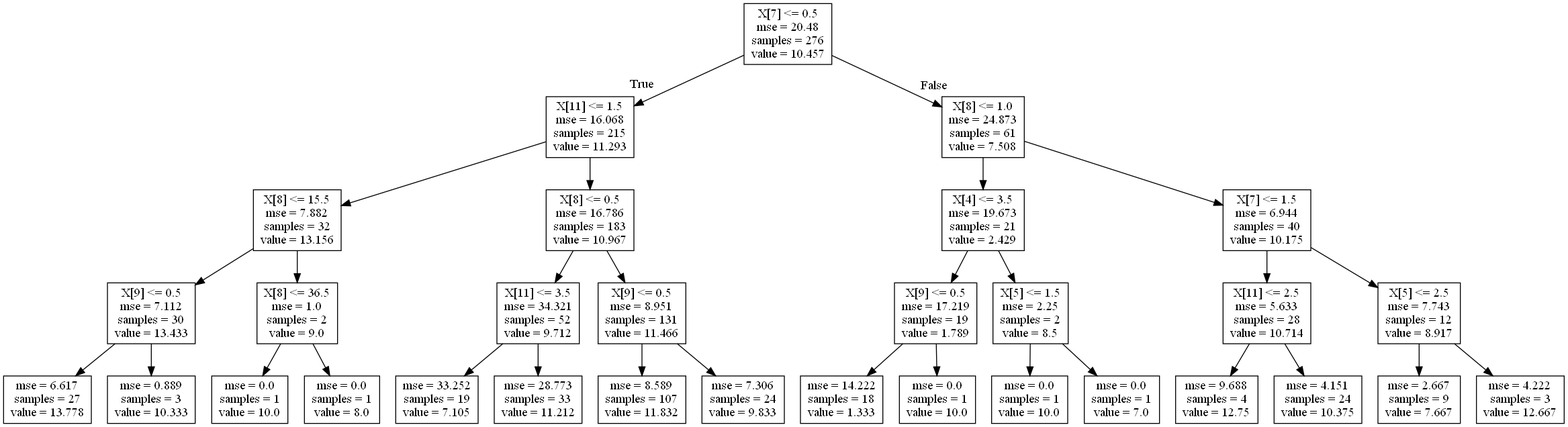
Before: tree.dot.png, a diagram exported from Graphviz (seidenfuss/AIGirls_notasAlunos). Its source is kept beside it as tree.dot.
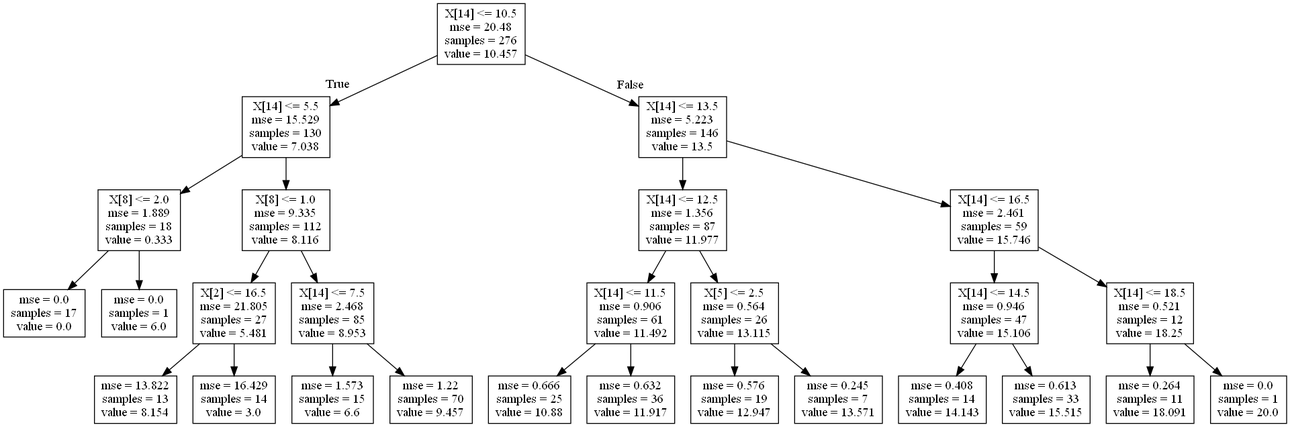
The same diagram one commit later.

What changed in the source:
```diff
@@ -1,64 +1,56 @@
 digraph Tree {
 node [shape=box] ;
-0 [label="X[7] <= 0.5\nmse = 20.48\nsamples = 276\nvalue = 10.457"] ;
-1 [label="X[11] <= 1.5\nmse = 16.068\nsamples = 215\nvalue = 11.293"] ;
+0 [label="X[14] <= 10.5\nmse = 20.48\nsamples = 276\nvalue = 10.457"] ;
+1 [label="X[14] <= 5.5\nmse = 15.529\nsamples = 130\nvalue = 7.038"] ;
 0 -> 1 [labeldistance=2.5, labelangle=45, headlabel="True"] ;
-2 [label="X[8] <= 15.5\nmse = 7.882\nsamples = 32\nvalue = 13.156"] ;
+2 [label="X[8] <= 2.0\nmse = 1.889\nsamples = 18\nvalue = 0.333"] ;
 1 -> 2 ;
-3 [label="X[9] <= 0.5\nmse = 7.112\nsamples = 30\nvalue = 13.433"] ;
+3 [label="mse = 0.0\nsamples = 17\nvalue = 0.0"] ;
 2 -> 3 ;
-4 [label="mse = 6.617\nsamples = 27\nvalue = 13.778"] ;
-3 -> 4 ;
-5 [label="mse = 0.889\nsamples = 3\nvalue = 10.333"] ;
-3 -> 5 ;
-6 [label="X[8] <= 36.5\nmse = 1.0\nsamples = 2\nvalue = 9.0"] ;
-2 -> 6 ;
-7 [label="mse = 0.0\nsamples = 1\nvalue = 10.0"] ;
+4 [label="mse = 0.0\nsamples = 1\nvalue = 6.0"] ;
+2 -> 4 ;
+5 [label="X[8] <= 1.0\nmse = 9.335\nsamples = 112\nvalue = 8.116"] ;
+1 -> 5 ;
+6 [label="X[2] <= 16.5\nmse = 21.805\nsamples = 27\nvalue = 5.481"] ;
+5 -> 6 ;
+7 [label="mse = 13.822\nsamples = 13\nvalue = 8.154"] ;
 6 -> 7 ;
-8 [label="mse = 0.0\nsamples = 1\nvalue = 8.0"] ;
+8 [label="mse = 16.429\nsamples = 14\nvalue = 3.0"] ;
 6 -> 8 ;
-9 [label="X[8] <= 0.5\nmse = 16.786\nsamples = 183\nvalue = 10.967"] ;
-1 -> 9 ;
-10 [label="X[11] <= 3.5\nmse = 34.321\nsamples = 52\nvalue = 9.712"] ;
+9 [label="X[14] <= 7.5\nmse = 2.468\nsamples = 85\nvalue = 8.953"] ;
+5 -> 9 ;
+10 [label="mse = 1.573\nsamples = 15\nvalue = 6.6"] ;
 9 -> 10 ;
-11 [label="mse = 33.252\nsamples = 19\nvalue = 7.105"] ;
-10 -> 11 ;
-12 [label="mse = 28.773\nsamples = 33\nvalue = 11.212"] ;
-10 -> 12 ;
-13 [label="X[9] <= 0.5\nmse = 8.951\nsamples = 131\nvalue = 11.466"] ;
-9 -> 13 ;
-14 [label="mse = 8.589\nsamples = 107\nvalue = 11.832"] ;
+11 [label="mse = 1.22\nsamples = 70\nvalue = 9.457"] ;
+9 -> 11 ;
+12 [label="X[14] <= 13.5\nmse = 5.223\nsamples = 146\nvalue = 13.5"] ;
+0 -> 12 [labeldistance=2.5, labelangle=-45, headlabel="False"] ;
+13 [label="X[14] <= 12.5\nmse = 1.356\nsamples = 87\nvalue = 11.977"] ;
+12 -> 13 ;
+14 [label="X[14] <= 11.5\nmse = 0.906\nsamples = 61\nvalue = 11.492"] ;
 13 -> 14 ;
-15 [label="mse = 7.306\nsamples = 24\nvalue = 9.833"] ;
-13 -> 15 ;
-16 [label="X[8] <= 1.0\nmse = 24.873\nsamples = 61\nvalue = 7.508"] ;
-0 -> 16 [labeldistance=2.5, labelangle=-45, headlabel="False"] ;
-17 [label="X[4] <= 3.5\nmse = 19.673\nsamples = 21\nvalue = 2.429"] ;
-16 -> 17 ;
-18 [label="X[9] <= 0.5\nmse = 17.219\nsamples = 19\nvalue = 1.789"] ;
+15 [label="mse = 0.666\nsamples = 25\nvalue = 10.88"] ;
+14 -> 15 ;
+16 [label="mse = 0.632\nsamples = 36\nvalue = 11.917"] ;
+14 -> 16 ;
+17 [label="X[5] <= 2.5\nmse = 0.564\nsamples = 26\nvalue = 13.115"] ;
+13 -> 17 ;
+18 [label="mse = 0.576\nsamples = 19\nvalue = 12.947"] ;
 17 -> 18 ;
-19 [label="mse = 14.222\nsamples = 18\nvalue = 1.333"] ;
-18 -> 19 ;
-20 [label="mse = 0.0\nsamples = 1\nvalue = 10.0"] ;
-18 -> 20 ;
-21 [label="X[5] <= 1.5\nmse = 2.25\nsamples = 2\nvalue = 8.5"] ;
-17 -> 21 ;
-22 [label="mse = 0.0\nsamples = 1\nvalue = 10.0"] ;
+19 [label="mse = 0.245\nsamples = 7\nvalue = 13.571"] ;
+17 -> 19 ;
+20 [label="X[14] <= 16.5\nmse = 2.461\nsamples = 59\nvalue = 15.746"] ;
+12 -> 20 ;
+21 [label="X[14] <= 14.5\nmse = 0.946\nsamples = 47\nvalue = 15.106"] ;
+20 -> 21 ;
+22 [label="mse = 0.408\nsamples = 14\nvalue = 14.143"] ;
 21 -> 22 ;
-23 [label="mse = 0.0\nsamples = 1\nvalue = 7.0"] ;
+23 [label="mse = 0.613\nsamples = 33\nvalue = 15.515"] ;
 21 -> 23 ;
-24 [label="X[7] <= 1.5\nmse = 6.944\nsamples = 40\nvalue = 10.175"] ;
-16 -> 24 ;
-25 [label="X[11] <= 2.5\nmse = 5.633\nsamples = 28\nvalue = 10.714"] ;
+24 [label="X[14] <= 18.5\nmse = 0.521\nsamples = 12\nvalue = 18.25"] ;
+20 -> 24 ;
+25 [label="mse = 0.264\nsamples = 11\nvalue = 18.091"] ;
 24 -> 25 ;
-26 [label="mse = 9.688\nsamples = 4\nvalue = 12.75"] ;
-25 -> 26 ;
-27 [label="mse = 4.151\nsamples = 24\nvalue = 10.375"] ;
-25 -> 27 ;
-28 [label="X[5] <= 2.5\nmse = 7.743\nsamples = 12\nvalue = 8.917"] ;
-24 -> 28 ;
-29 [label="mse = 2.667\nsamples = 9\nvalue = 7.667"] ;
-28 -> 29 ;
-30 [label="mse = 4.222\nsamples = 3\nvalue = 12.667"] ;
-28 -> 30 ;
+26 [label="mse = 0.0\nsamples = 1\nvalue = 20.0"] ;
+24 -> 26 ;
 }
```
